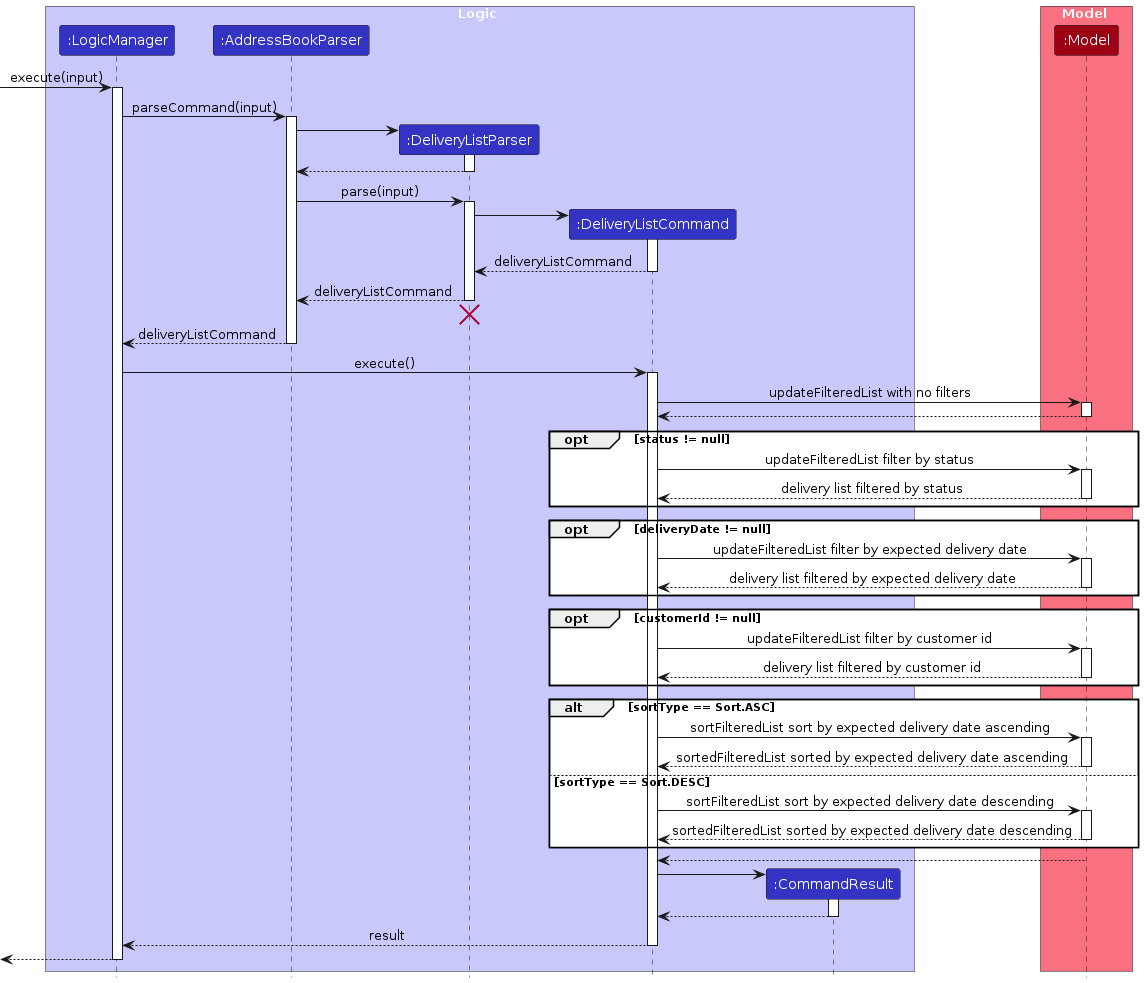
Above: diagrams/implementation/delivery/DeliveryListSequenceDiagram.png in zhonghan721/tp (PlantUML), before the change. Its source is kept beside it as diagrams/implementation/delivery/DeliveryListSequenceDiagram.puml.
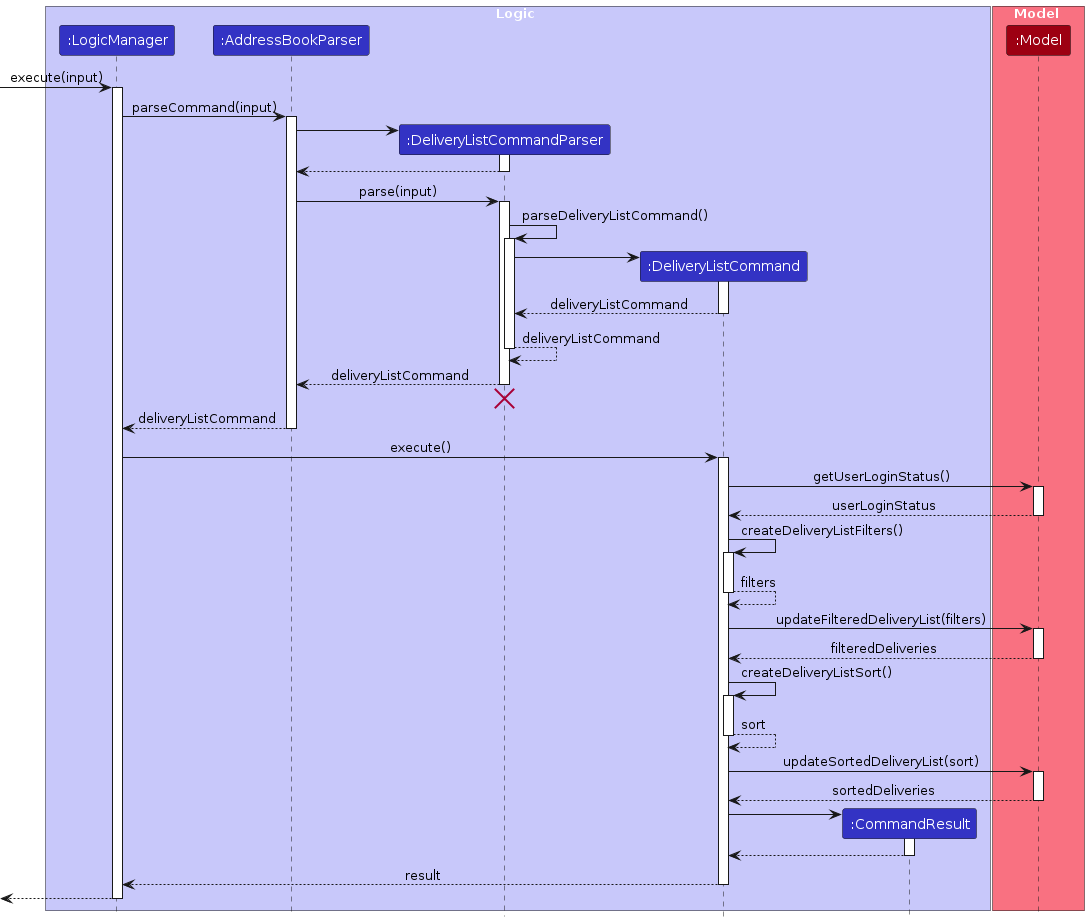
The same file after the commit.

What changed in the source:
```diff
@@ -6,7 +6,7 @@
 box Logic LOGIC_COLOR_T1
 participant ":LogicManager" as LogicManager LOGIC_COLOR
 participant ":AddressBookParser" as AddressBookParser LOGIC_COLOR
-participant ":DeliveryListParser" as DeliveryListParser LOGIC_COLOR
+participant ":DeliveryListCommandParser" as DeliveryListCommandParser LOGIC_COLOR
 participant ":DeliveryListCommand" as DeliveryListCommand LOGIC_COLOR
 participant ":CommandResult" as CommandResult LOGIC_COLOR
 end box
@@ -21,27 +21,33 @@
 LogicManager -> AddressBookParser : parseCommand(input)
 activate AddressBookParser
 
-create DeliveryListParser
-AddressBookParser -> DeliveryListParser
-activate DeliveryListParser
+create DeliveryListCommandParser
+AddressBookParser -> DeliveryListCommandParser
+activate DeliveryListCommandParser
 
-DeliveryListParser --> AddressBookParser
-deactivate DeliveryListParser
 
-AddressBookParser -> DeliveryListParser : parse(input)
-activate DeliveryListParser
 
+DeliveryListCommandParser --> AddressBookParser
+deactivate DeliveryListCommandParser
+
+AddressBookParser -> DeliveryListCommandParser : parse(input)
+activate DeliveryListCommandParser
+
+DeliveryListCommandParser -> DeliveryListCommandParser ++ : parseDeliveryListCommand()
 create DeliveryListCommand
-DeliveryListParser -> DeliveryListCommand
+DeliveryListCommandParser -> DeliveryListCommand
 activate DeliveryListCommand
 
-DeliveryListCommand --> DeliveryListParser : deliveryListCommand
+DeliveryListCommand --> DeliveryListCommandParser : deliveryListCommand
 deactivate DeliveryListCommand
+return deliveryListCommand
 
-DeliveryListParser --> AddressBookParser : deliveryListCommand
-deactivate DeliveryListParser
-DeliveryListParser -[hidden]-> AddressBookParser
-destroy DeliveryListParser
+DeliveryListCommandParser --> AddressBookParser : deliveryListCommand
+deactivate DeliveryListCommandParser
+DeliveryListCommandParser -[hidden]-> AddressBookParser
+destroy DeliveryListCommandParser
+
+
 
 AddressBookParser --> LogicManager : deliveryListCommand
 deactivate AddressBookParser
@@ -49,56 +55,31 @@
 LogicManager -> DeliveryListCommand : execute()
 activate DeliveryListCommand
 
-DeliveryListCommand -> Model : updateFilteredList with no filters
+DeliveryListCommand -> Model : getUserLoginStatus()
 activate Model
 
-Model --> DeliveryListCommand
+Model --> DeliveryListCommand : userLoginStatus
 deactivate Model
 
-opt status != null
-DeliveryListCommand -> Model : updateFilteredList filter by status
+DeliveryListCommand -> DeliveryListCommand ++ : createDeliveryListFilters()
+return filters
+
+DeliveryListCommand -> Model: updateFilteredDeliveryList(filters)
 activate Model
 
-Model --> DeliveryListCommand : delivery list filtered by status
+Model --> DeliveryListCommand: filteredDeliveries
 deactivate Model
-end
 
-opt deliveryDate != null
-DeliveryListCommand -> Model : updateFilteredList filter by expected delivery date
+DeliveryListCommand -> DeliveryListCommand ++: createDeliveryListSort()
+return sort
+
+DeliveryListCommand -> Model: updateSortedDeliveryList(sort)
 activate Model
 
-Model --> DeliveryListCommand : delivery list filtered by expected delivery date
+Model --> DeliveryListCommand: sortedDeliveries
 deactivate Model
-end
 
 
-opt customerId != null
-DeliveryListCommand -> Model : updateFilteredList filter by customer id
-activate Model
-
-Model --> DeliveryListCommand : delivery list filtered by customer id
-deactivate Model
-end
-
-
-alt sortType == Sort.ASC
-DeliveryListCommand -> Model : sortFilteredList sort by expected delivery date ascending
-activate Model
-
-Model --> DeliveryListCommand : sortedFilteredList sorted by expected delivery date ascending
-deactivate Model
-
-else sortType == Sort.DESC
-DeliveryListCommand -> Model : sortFilteredList sort by expected delivery date descending
-activate Model
-
-Model --> DeliveryListCommand : sortedFilteredList sorted by expected delivery date descending
-deactivate Model
-
-end
-
-Model --> DeliveryListCommand
-deactivate Model
 
 
 
```
